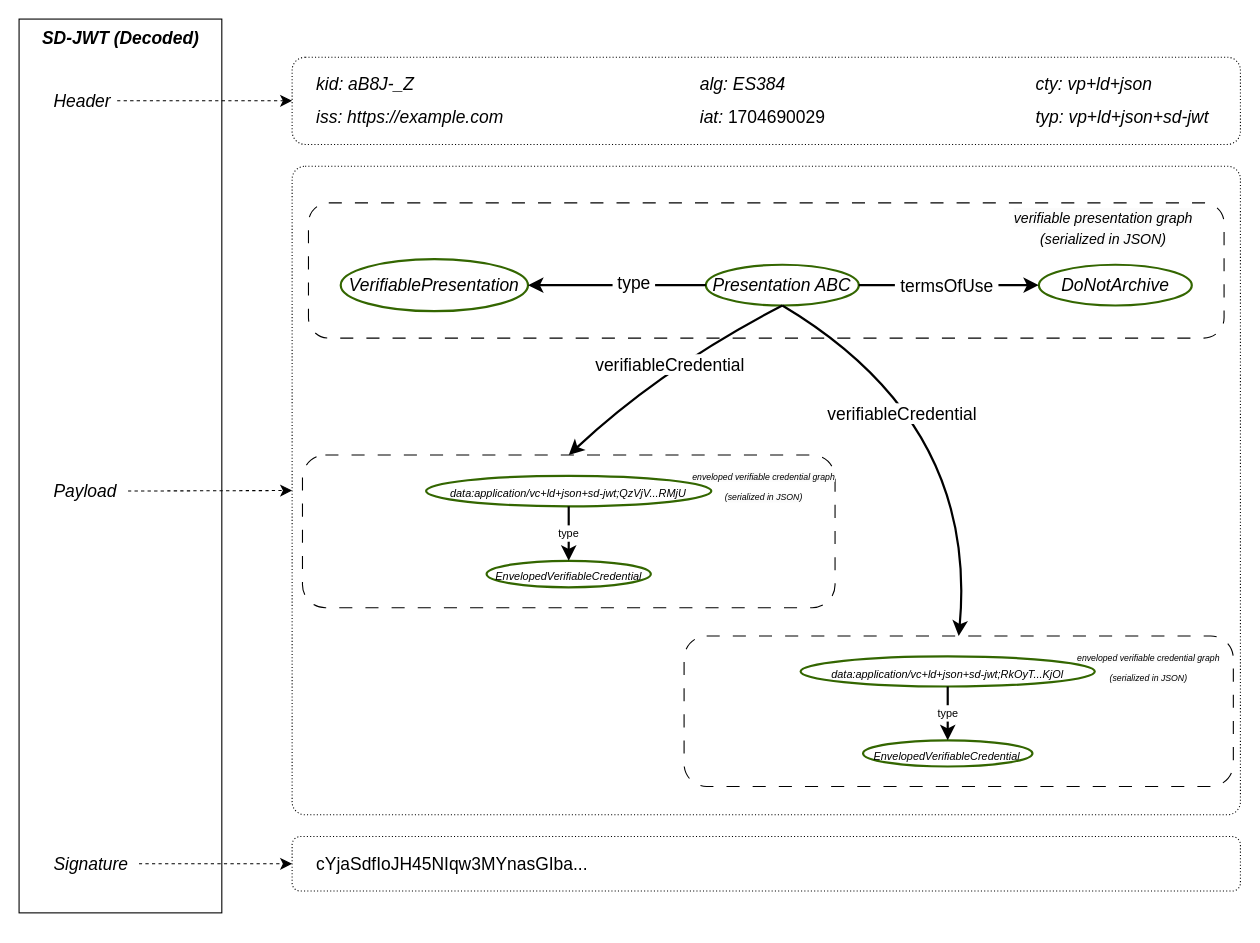
Above: diagrams/vp-jwt-mult-creds.drawio in w3c/vc-data-model (draw.io), before the change. Source tidied: cells renumbered, new cells numbered last; positions are measured from the earlier drawing's top-left corner, leaving out a move shared by most shapes. Both pictures are drawn from the tidied source at 109%, with x=0, y=0 at pixel (19, 19).
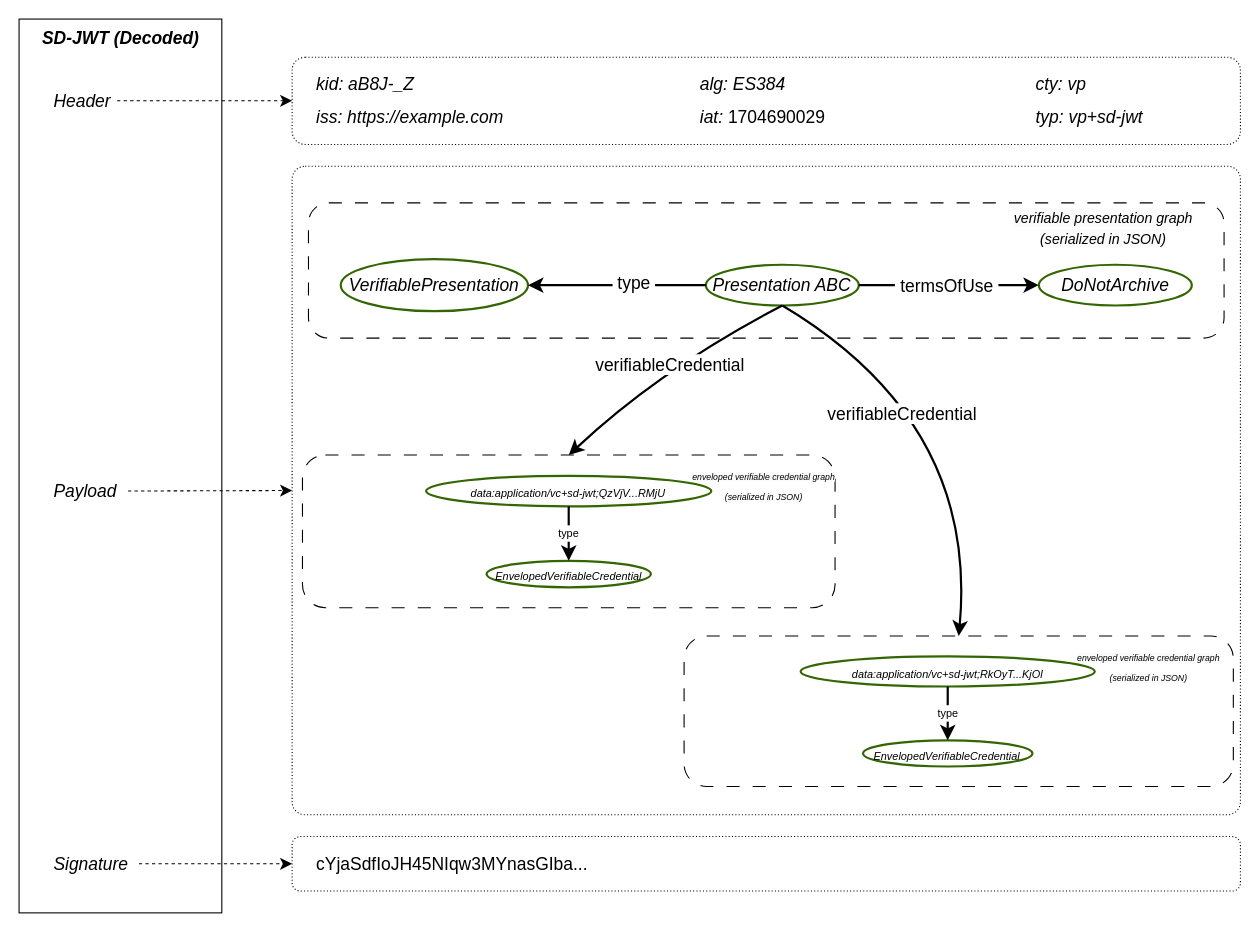
The same page after the edit.

Commit message (it also covers changes not shown here):
Remove "+ld+json" from media type text in diagrams.

The change refers to these unchanged cells:
```xml
<mxCell id="22" style="group;" parent="15" vertex="1">
  <mxGeometry x="660" width="170" height="60" as="geometry" />
</mxCell>
<mxCell id="45" style="group;" parent="43" vertex="1">
  <mxGeometry x="113.4" y="19" width="261.7" height="102.1" as="geometry" />
</mxCell>
<mxCell id="52" style="group;" parent="50" vertex="1">
  <mxGeometry x="117" y="18.7" width="269.9" height="100.6" as="geometry" />
</mxCell>
```

What changed in the source:
```diff
@@
-    <mxCell id="23" value="&lt;i&gt;cty: vp+ld+json&lt;/i&gt;" style="text;strokeColor=none;fillColor=none;html=1;align=left;verticalAlign=middle;whiteSpace=wrap;rounded=0;fontSize=16;flipH=0;" parent="22" vertex="1">
+    <mxCell id="23" value="&lt;i&gt;cty: vp&lt;/i&gt;" style="text;strokeColor=none;fillColor=none;html=1;align=left;verticalAlign=middle;whiteSpace=wrap;rounded=0;fontSize=16;flipH=0;" parent="22" vertex="1">
       <mxGeometry width="131" height="30" as="geometry" />
     </mxCell>
-    <mxCell id="24" value="&lt;i&gt;typ: vp+ld+json+sd-jwt&lt;/i&gt;" style="text;strokeColor=none;fillColor=none;html=1;align=left;verticalAlign=middle;whiteSpace=wrap;rounded=0;fontSize=16;flipH=0;" parent="22" vertex="1">
+    <mxCell id="24" value="&lt;i&gt;typ: vp+sd-jwt&lt;/i&gt;" style="text;strokeColor=none;fillColor=none;html=1;align=left;verticalAlign=middle;whiteSpace=wrap;rounded=0;fontSize=16;flipH=0;" parent="22" vertex="1">
       <mxGeometry y="30" width="170" height="30" as="geometry" />
     </mxCell>
@@
-    <mxCell id="47" value="&lt;i&gt;&lt;font style=&quot;font-size: 10px;&quot;&gt;data:application/vc+ld+json+sd-jwt;QzVjV...RMjU&lt;/font&gt;&lt;/i&gt;" style="ellipse;whiteSpace=wrap;html=1;fontSize=16;fillColor=none;strokeWidth=2;strokeColor=#336600;" parent="45" vertex="1">
+    <mxCell id="47" value="&lt;i&gt;&lt;font style=&quot;font-size: 10px;&quot;&gt;data:application/vc+sd-jwt;QzVjV...RMjU&lt;/font&gt;&lt;/i&gt;" style="ellipse;whiteSpace=wrap;html=1;fontSize=16;fillColor=none;strokeWidth=2;strokeColor=#336600;" parent="45" vertex="1">
       <mxGeometry width="261.7" height="28" as="geometry" />
     </mxCell>
@@
-    <mxCell id="54" value="&lt;i&gt;&lt;font style=&quot;font-size: 10px;&quot;&gt;data:application/vc+ld+json+sd-jwt;RkOyT...KjOl&lt;/font&gt;&lt;/i&gt;" style="ellipse;whiteSpace=wrap;html=1;fontSize=16;fillColor=none;strokeWidth=2;strokeColor=#336600;" parent="52" vertex="1">
+    <mxCell id="54" value="&lt;i&gt;&lt;font style=&quot;font-size: 10px;&quot;&gt;data:application/vc+sd-jwt;RkOyT...KjOl&lt;/font&gt;&lt;/i&gt;" style="ellipse;whiteSpace=wrap;html=1;fontSize=16;fillColor=none;strokeWidth=2;strokeColor=#336600;" parent="52" vertex="1">
       <mxGeometry width="269.9" height="27.6" as="geometry" />
     </mxCell>
```
